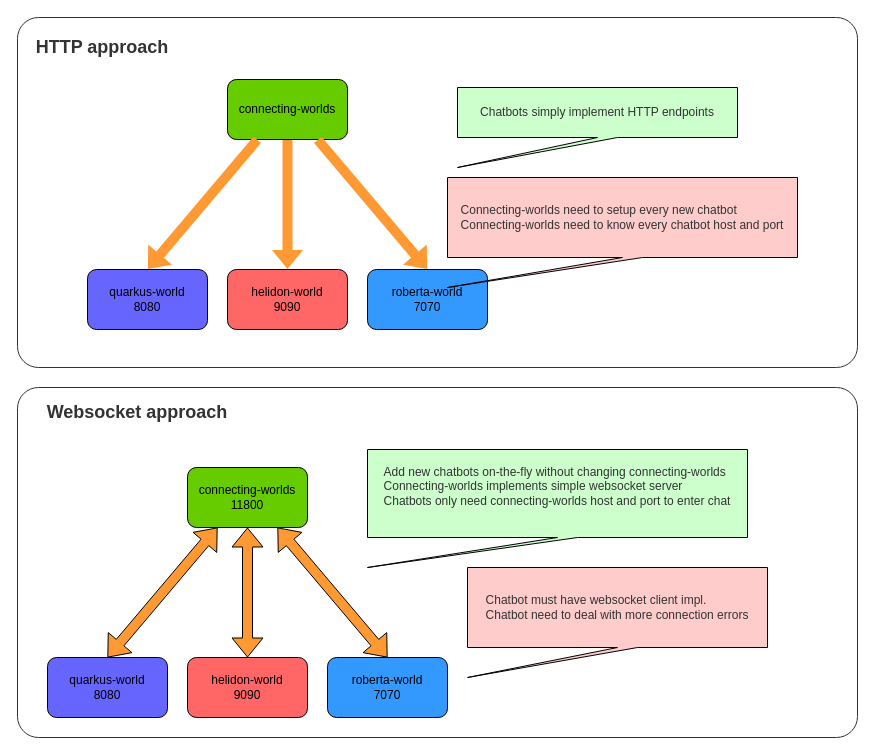
This is architecture.drawio from neomatrix369/chatbot-conversations, a draw.io file, before an edit. Source tidied: cells renumbered, new cells numbered last; positions are measured from the earlier drawing's top-left corner, leaving out a move shared by most shapes. Both pictures are drawn from the tidied source at 100%, with x=0, y=0 at pixel (17, 17).
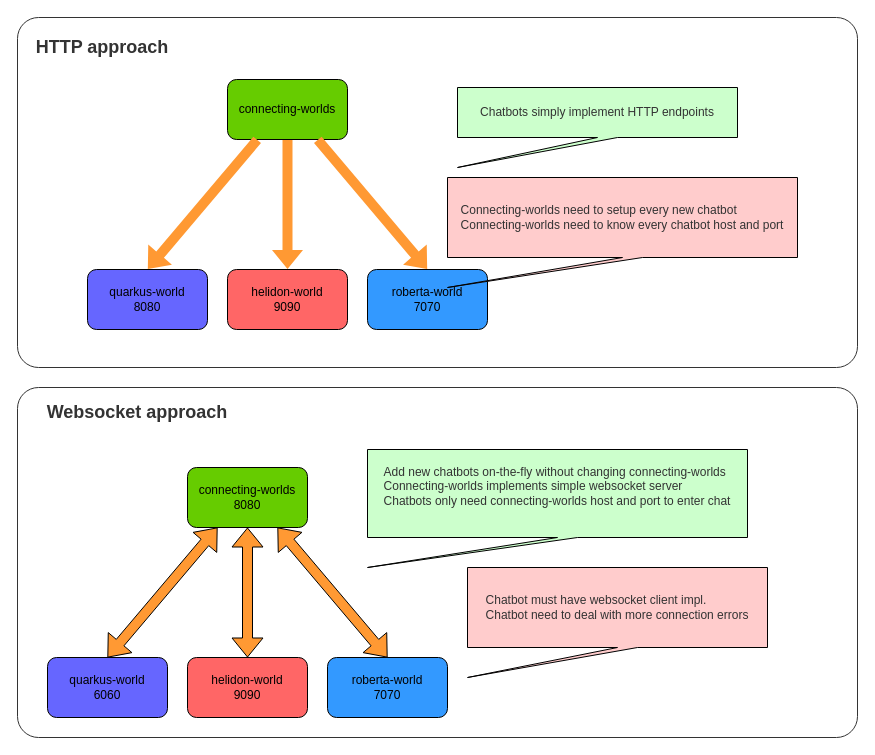
After the change.

The edit, as a diff of the source:
```diff
@@
-    <mxCell id="11" value="connecting-worlds&lt;br&gt;11800" style="rounded=1;whiteSpace=wrap;html=1;fillColor=#66CC00;" parent="1" vertex="1">
+    <mxCell id="11" value="connecting-worlds&lt;br&gt;8080" style="rounded=1;whiteSpace=wrap;html=1;fillColor=#66CC00;" parent="1" vertex="1">
       <mxGeometry x="170" y="450" width="120" height="60" as="geometry" />
     </mxCell>
-    <mxCell id="12" value="quarkus-world&lt;br&gt;8080" style="rounded=1;whiteSpace=wrap;html=1;fillColor=#6666FF;" parent="1" vertex="1">
+    <mxCell id="12" value="quarkus-world&lt;br&gt;6060" style="rounded=1;whiteSpace=wrap;html=1;fillColor=#6666FF;" parent="1" vertex="1">
       <mxGeometry x="30" y="640" width="120" height="60" as="geometry" />
     </mxCell>
```
